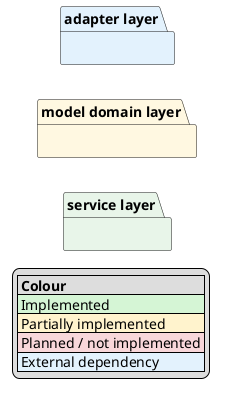
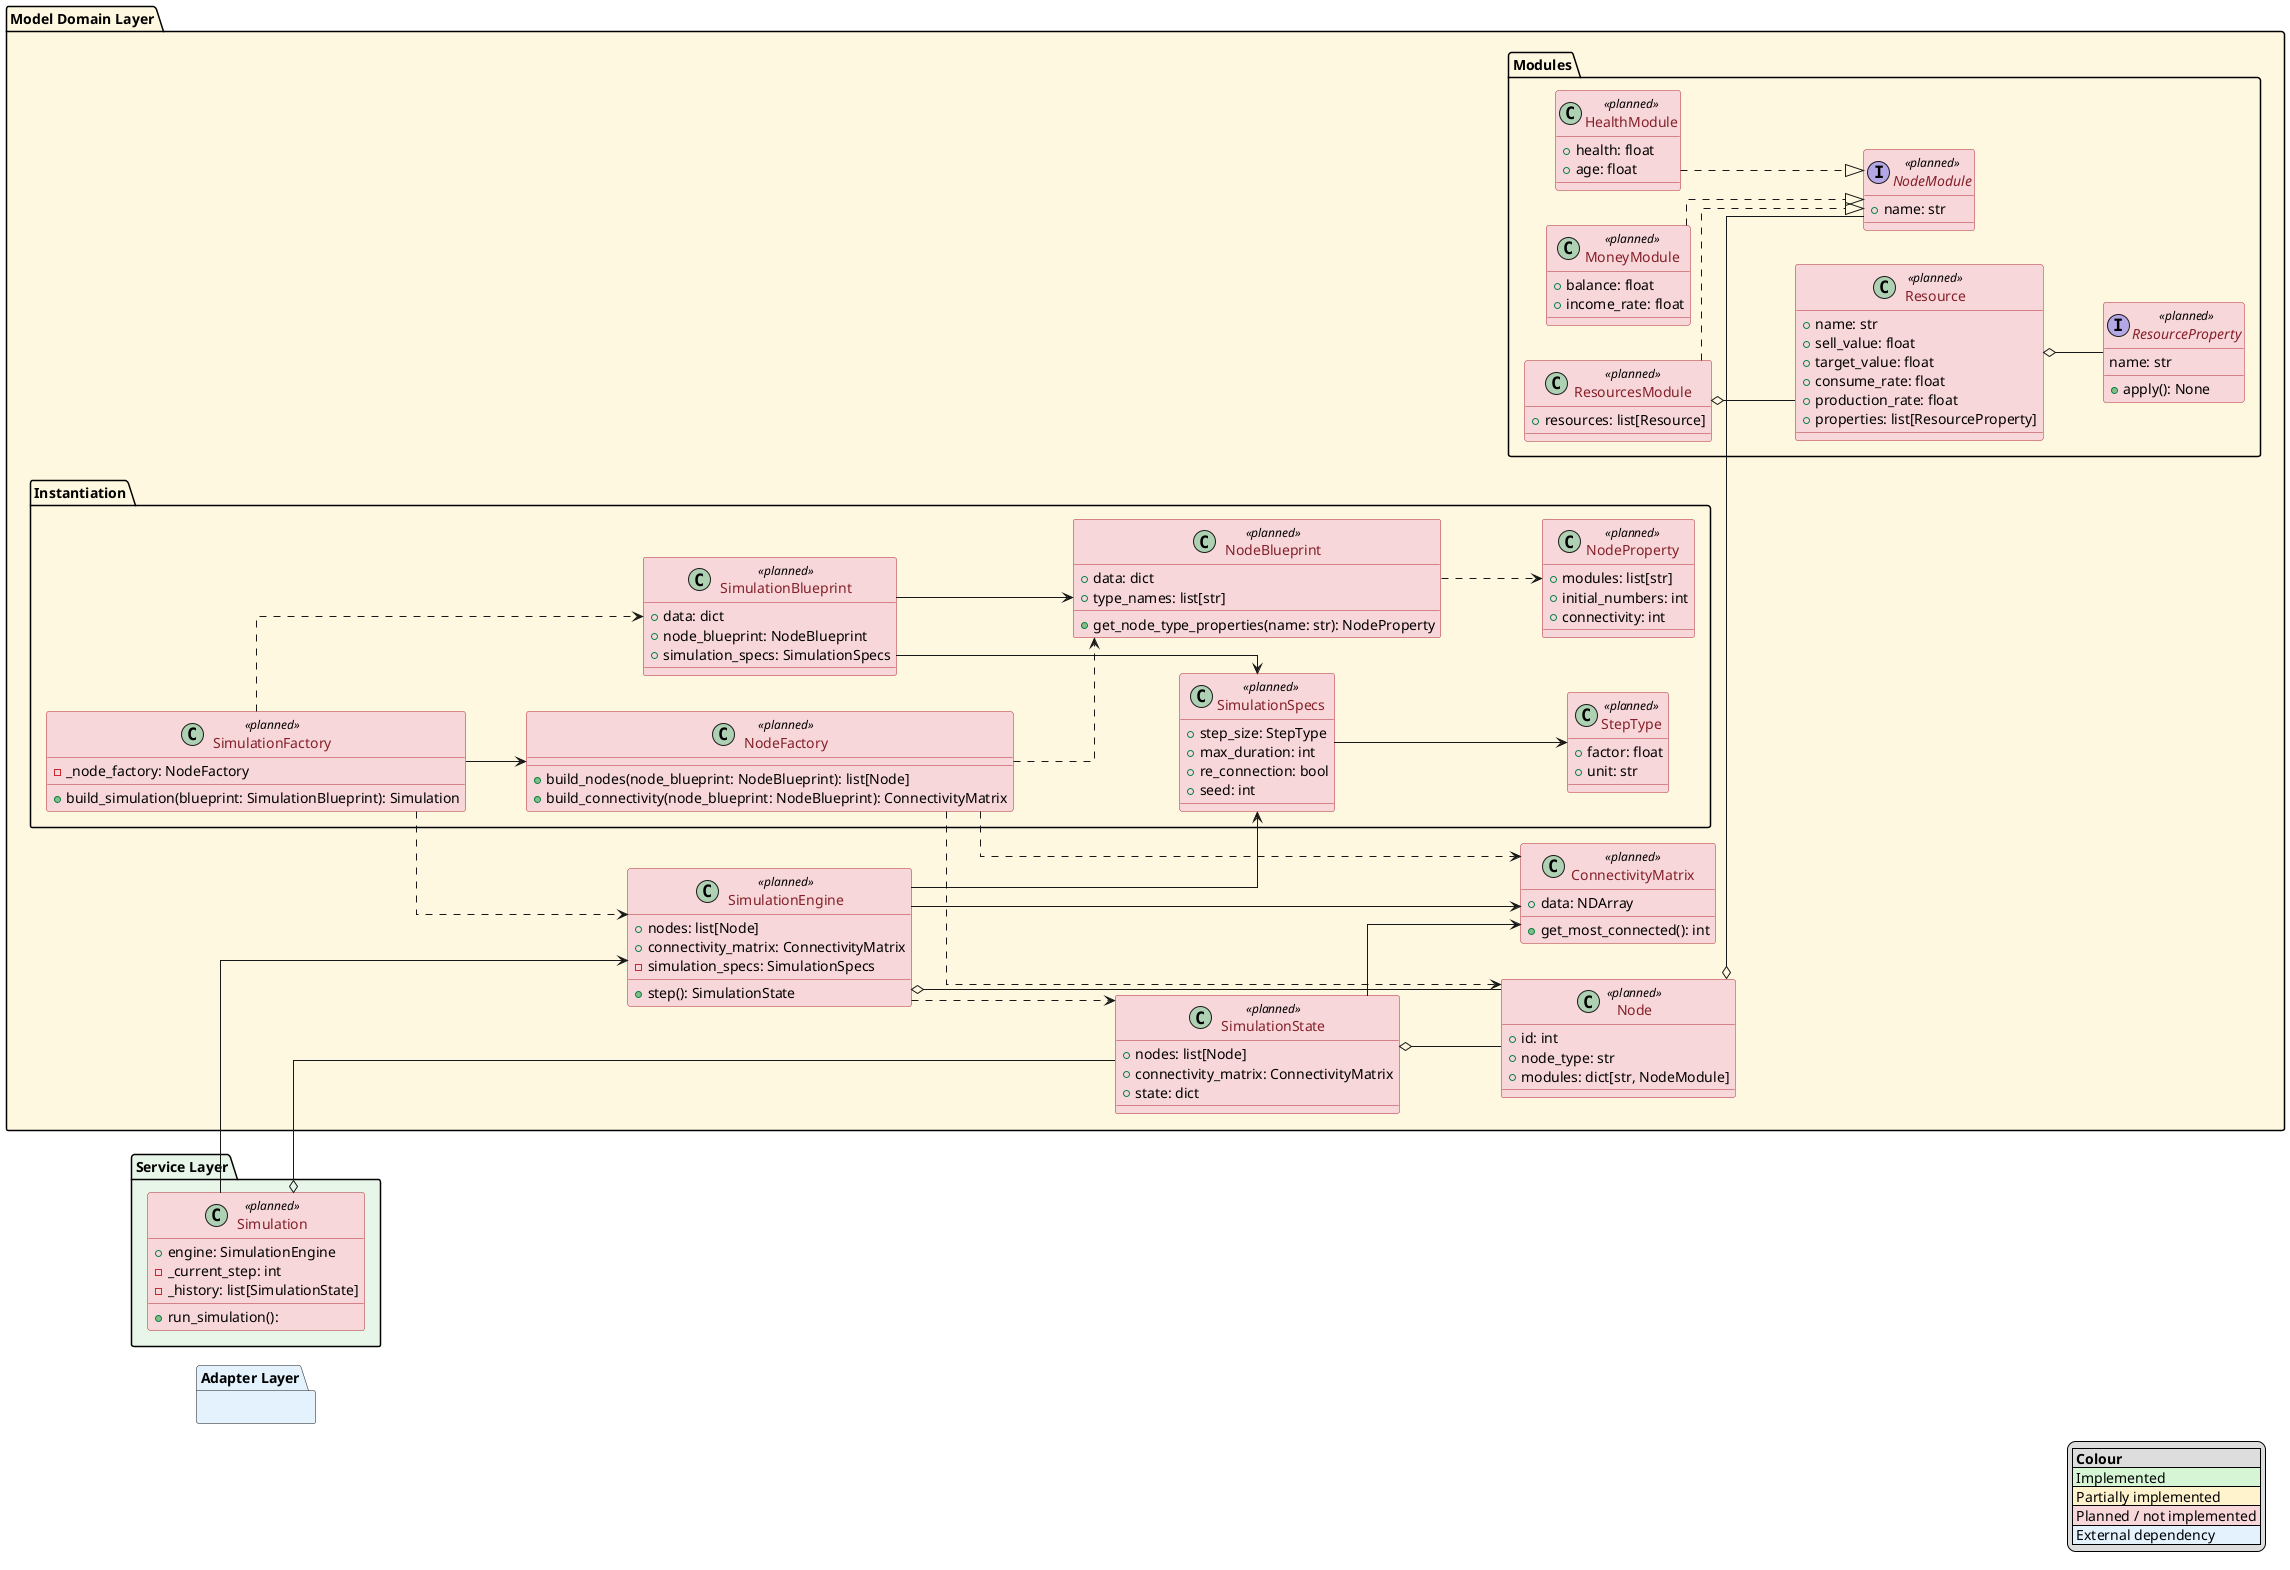
@startuml
left to right direction
skinparam linetype ortho
skinparam class {
    BackgroundColor<<implemented>> #D5F5D5
    BorderColor<<implemented>> #2E7D32
    FontColor<<implemented>> #1B5E20

    BackgroundColor<<partial>> #FFF3CD
    BorderColor<<partial>> #B8860B
    FontColor<<partial>> #7A5600

    BackgroundColor<<planned>> #F8D7DA
    BorderColor<<planned>> #B02A37
    FontColor<<planned>> #842029

    BackgroundColor<<external>> #E3F2FD
    BorderColor<<external>> #1565C0
    FontColor<<external>> #0D47A1
}

legend right
|= Colour |
|<#D5F5D5> Implemented |
|<#FFF3CD> Partially implemented |
|<#F8D7DA> Planned / not implemented |
|<#E3F2FD> External dependency |
endlegend

' 0 = hide dependency lines
' 1 = show dependency lines
!$SHOW_DEPENDENCIES = 0


- package "service layer" #E8F5E9 {
- 
- }
- 
- package "model domain layer" #FFF8E1 {
- 
- }
- 
- package "adapter layer" #E3F2FD {
- 
- }
+ '=============================================================================='
+ 'Service Layer'
+ '=============================================================================='
+ package "Service Layer" #E8F5E9 {
+     class Simulation <<planned>> {
+         + engine: SimulationEngine
+         - _current_step: int
+         - _history: list[SimulationState]
+ 
+         + run_simulation():
+     }
+ }
+ 
+ 
+ 
+ '=============================================================================='
+ 'Model Domain'
+ '=============================================================================='
+ package "Model Domain Layer" #FFF8E1 {
+ 
+     package "Modules"{
+         interface NodeModule <<planned>> {
+             + name: str
+         }
+ 
+         class HealthModule <<planned>> {
+             + health: float
+             + age: float
+         }
+         HealthModule ..|> NodeModule
+ 
+ 
+         class MoneyModule <<planned>> {
+             + balance: float
+             + income_rate: float
+         }
+         MoneyModule ..|> NodeModule
+ 
+         class ResourcesModule <<planned>> {
+             + resources: list[Resource]
+         }
+         ResourcesModule ..|> NodeModule
+         ResourcesModule o-- Resource
+ 
+         class Resource <<planned>> {
+             + name: str
+             + sell_value: float
+             + target_value: float
+             + consume_rate: float
+             + production_rate: float
+             + properties: list[ResourceProperty]
+         }
+         Resource o-- ResourceProperty
+ 
+         interface ResourceProperty <<planned>> {
+             name: str
+ 
+             + apply(): None
+         }
+     }
+ 
+ 
+     class Node <<planned>> {
+         + id: int
+         + node_type: str
+         + modules: dict[str, NodeModule]
+     }
+     Node o-- NodeModule
+ 
+ 
+     class SimulationEngine <<planned>> {
+         + nodes: list[Node]
+         + connectivity_matrix: ConnectivityMatrix
+         - simulation_specs: SimulationSpecs
+ 
+         + step(): SimulationState
+     }
+     SimulationEngine o-- Node
+     SimulationEngine --> ConnectivityMatrix
+     SimulationEngine ..> SimulationState
+ 
+ 
+     class ConnectivityMatrix <<planned>> {
+         + data: NDArray
+ 
+         + get_most_connected(): int
+     }
+ 
+ 
+     class SimulationState <<planned>> {
+         + nodes: list[Node]
+         + connectivity_matrix: ConnectivityMatrix
+         + state: dict
+     }
+     SimulationState o-- Node
+     SimulationState --> ConnectivityMatrix
+ 
+ 
+     package "Instantiation"{
+         class SimulationBlueprint <<planned>> {
+             + data: dict
+             + node_blueprint: NodeBlueprint
+             + simulation_specs: SimulationSpecs
+         }
+         SimulationBlueprint --> NodeBlueprint
+         SimulationBlueprint --> SimulationSpecs
+ 
+ 
+         class NodeBlueprint <<planned>> {
+             + data: dict
+             + type_names: list[str]
+ 
+             + get_node_type_properties(name: str): NodeProperty
+         }
+         NodeBlueprint ..> NodeProperty
+ 
+ 
+         class SimulationSpecs <<planned>> {
+             + step_size: StepType
+             + max_duration: int
+             + re_connection: bool
+             + seed: int
+         }
+         SimulationSpecs --> StepType
+ 
+ 
+         class StepType <<planned>> {
+             + factor: float
+             + unit: str
+         }
+ 
+ 
+         class NodeProperty <<planned>> {
+             + modules: list[str]
+             + initial_numbers: int
+             + connectivity: int
+         }
+ 
+ 
+         class SimulationFactory <<planned>> {
+             - _node_factory: NodeFactory
+ 
+             + build_simulation(blueprint: SimulationBlueprint): Simulation
+         }
+         SimulationFactory --> NodeFactory
+         SimulationFactory ..> SimulationBlueprint
+         SimulationFactory ..> SimulationEngine
+ 
+         class NodeFactory <<planned>> {
+             + build_nodes(node_blueprint: NodeBlueprint): list[Node]
+             + build_connectivity(node_blueprint: NodeBlueprint): ConnectivityMatrix
+         }
+         NodeFactory ..> NodeBlueprint
+         NodeFactory ..> Node
+         NodeFactory ..> ConnectivityMatrix
+     }
+ 
+ }
+ 
+ 
+ 
+ '=============================================================================='
+ 'Adapter Layer'
+ '=============================================================================='
+ package "Adapter Layer" #E3F2FD {
+ 
+ }
+ 
+ 
+ 
+ '=============================================================================='
+ 'Broken Links'
+ '=============================================================================='
+ SimulationEngine --> SimulationSpecs
+ Simulation --> SimulationEngine
+ Simulation o-- SimulationState
+ 

@enduml


- '!if ($SHOW_DEPENDENCIES == 1)
+ 
+ '!if ($SHOW_DEPENDENCIES == 1)'
